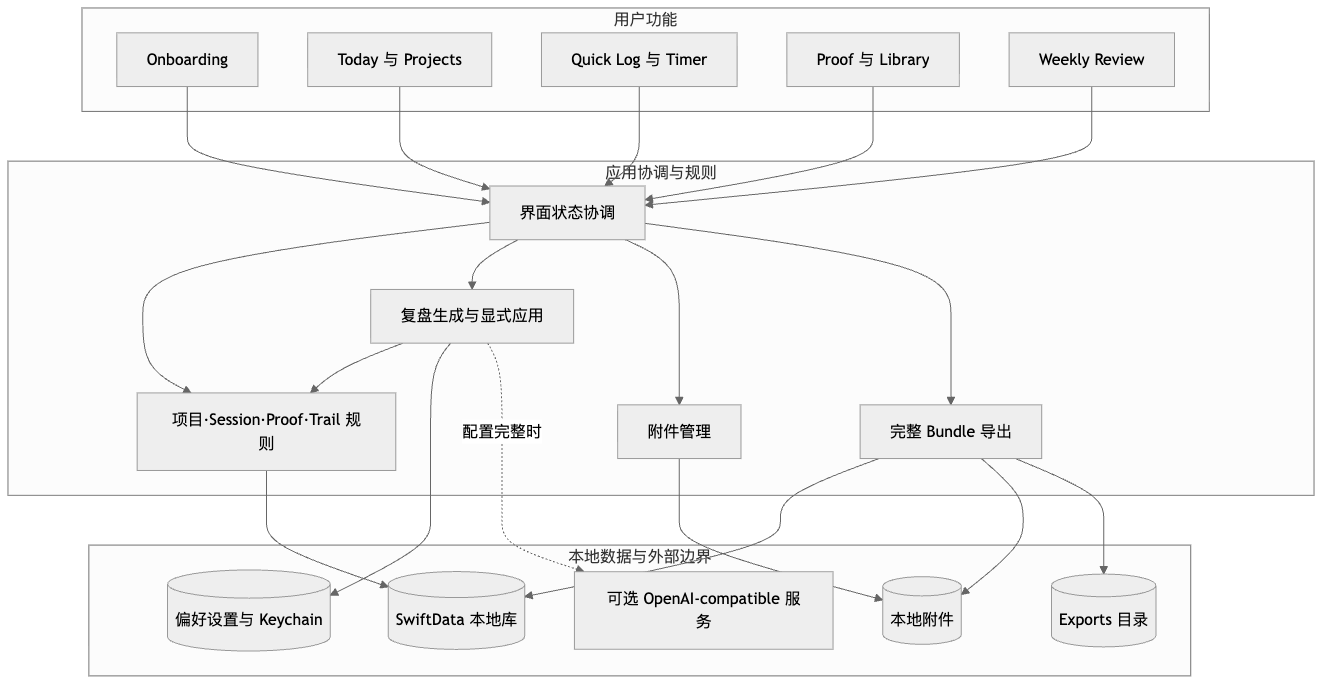
Before: diagrams/product-functional-modules.png, a diagram exported from Mermaid (Panhe-C/self-study-studio). Its source is kept beside it as diagrams/product-functional-modules.mmd. The source it was exported from:
```mermaid
flowchart TD
  subgraph UI[用户功能]
    O[Onboarding]
    T[Today 与 Projects]
    S[Quick Log 与 Timer]
    P[Proof 与 Library]
    R[Weekly Review]
  end

  subgraph CORE[应用协调与规则]
    VM[界面状态协调]
    J[项目·Session·Proof·Trail 规则]
    RV[复盘生成与显式应用]
    A[附件管理]
    E[完整 Bundle 导出]
  end

  subgraph DATA[本地数据与外部边界]
    DB[(SwiftData 本地库)]
    FILES[(本地附件)]
    PREFS[(偏好设置与 Keychain)]
    EXPORTS[(Exports 目录)]
    AI[可选 OpenAI-compatible 服务]
  end

  O --> VM
  T --> VM
  S --> VM
  P --> VM
  R --> VM
  VM --> J
  VM --> RV
  VM --> A
  VM --> E
  J --> DB
  RV --> J
  RV --> PREFS
  RV -.配置完整时.-> AI
  A --> FILES
  E --> DB
  E --> FILES
  E --> EXPORTS
```
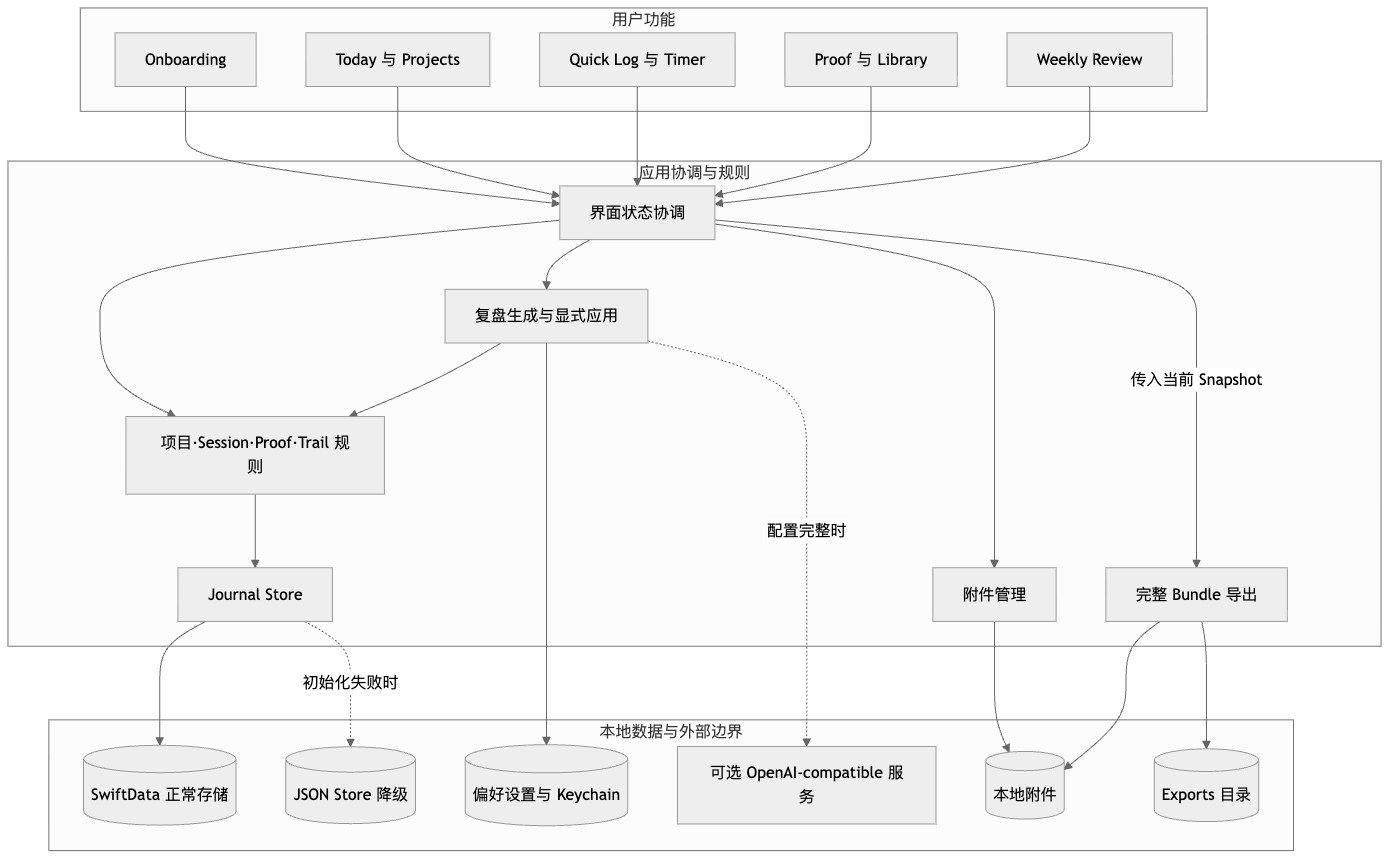
Later version of the same file.

Diff of the diagram source:
```diff
@@ -10,13 +10,15 @@
   subgraph CORE[应用协调与规则]
     VM[界面状态协调]
     J[项目·Session·Proof·Trail 规则]
+    STORE[Journal Store]
     RV[复盘生成与显式应用]
     A[附件管理]
     E[完整 Bundle 导出]
   end
 
   subgraph DATA[本地数据与外部边界]
-    DB[(SwiftData 本地库)]
+    DB[(SwiftData 正常存储)]
+    JSON[(JSON Store 降级)]
     FILES[(本地附件)]
     PREFS[(偏好设置与 Keychain)]
     EXPORTS[(Exports 目录)]
@@ -31,12 +33,13 @@
   VM --> J
   VM --> RV
   VM --> A
-  VM --> E
-  J --> DB
+  VM -->|传入当前 Snapshot| E
+  J --> STORE
+  STORE --> DB
+  STORE -.初始化失败时.-> JSON
   RV --> J
   RV --> PREFS
   RV -.配置完整时.-> AI
   A --> FILES
-  E --> DB
   E --> FILES
   E --> EXPORTS
```
